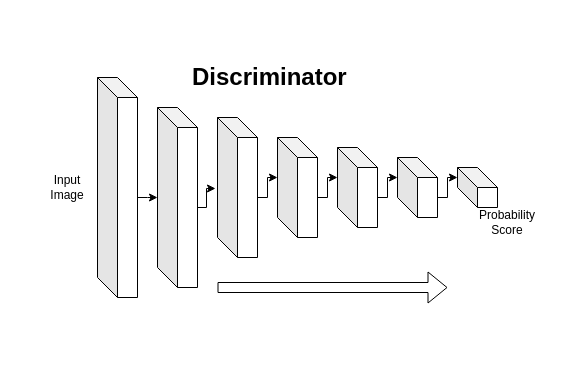
aditya-deo/gan-paper-2-diagrams keeps this draw.io diagram as Discriminator.drawio. Above is the earlier version. Source tidied: cells renumbered, new cells numbered last; positions are measured from the earlier drawing's top-left corner, leaving out a move shared by most shapes. Both pictures are drawn from the tidied source at 100%, with x=0, y=0 at pixel (37, 57).
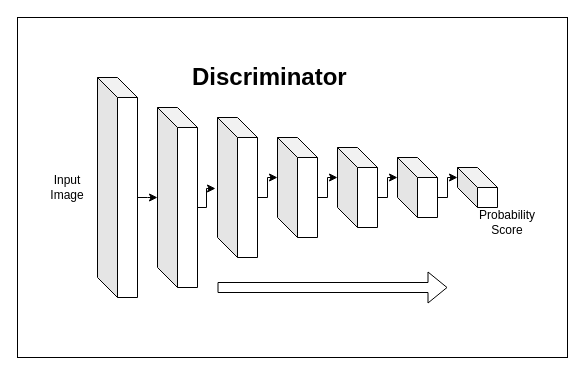
The same diagram, later.

What changed in the source:
```diff
@@
-<mxGraphModel>
+<mxGraphModel background="#ffffff">
@@
+    <mxCell id="19" style="rounded=0;whiteSpace=wrap;html=1;fillColor=none;" parent="1" vertex="1">
+      <mxGeometry x="-20" y="-40" width="550" height="340" as="geometry" />
+    </mxCell>
```
